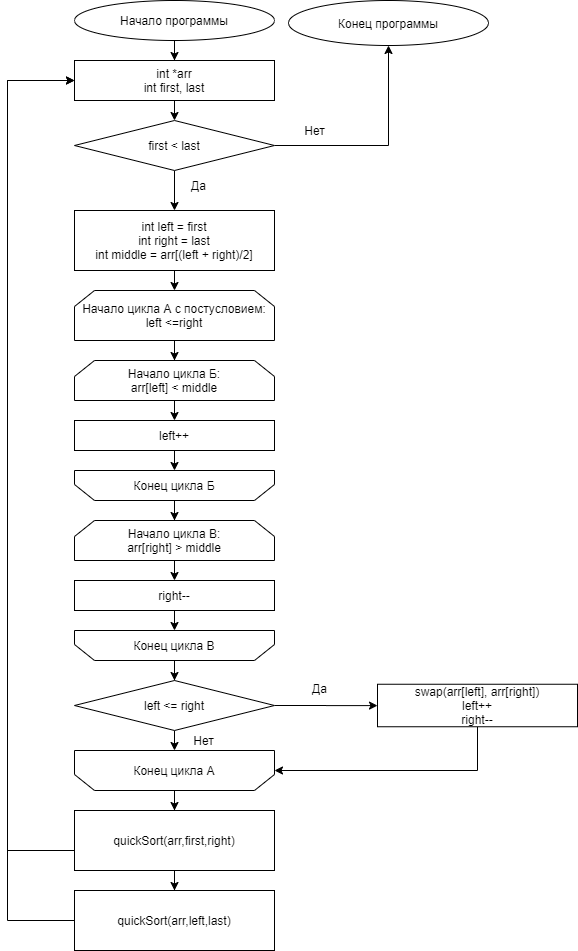
Above: graph_flata/quick_sort.png in Kobanoss/FLaTA (draw.io), before the change. Source tidied: cells renumbered, new cells last; positions are measured from the earlier drawing's top-left corner, leaving out a move shared by most shapes.
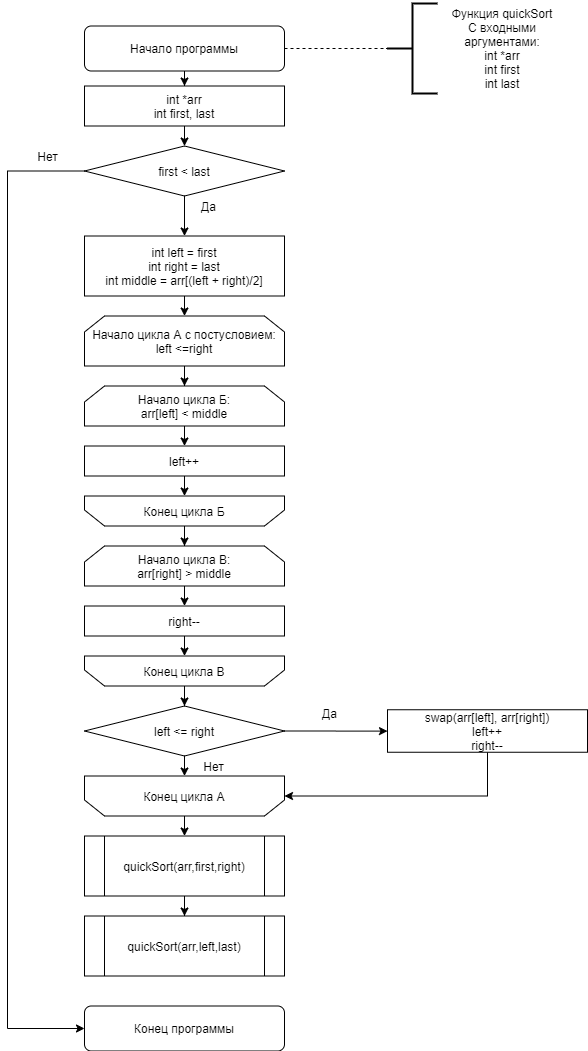
Above is the later version.

The edit, as a diff of the source:
```diff
@@ -2,29 +2,30 @@
   <root>
     <mxCell id="0" />
     <mxCell id="1" parent="0" />
-    <mxCell id="2" style="edgeStyle=orthogonalEdgeStyle;rounded=0;jettySize=auto;html=1;" parent="1" edge="1" source="3" target="13">
-      <mxGeometry relative="1" as="geometry" />
+    <mxCell id="2" style="edgeStyle=orthogonalEdgeStyle;rounded=0;jettySize=auto;html=1;" parent="1" edge="1" target="13">
+      <mxGeometry relative="1" as="geometry">
+        <mxPoint x="167" y="40" as="sourcePoint" />
+      </mxGeometry>
     </mxCell>
-    <mxCell id="3" value="Начало программы" style="ellipse;whiteSpace=wrap;html=1;" parent="1" vertex="1">
-      <mxGeometry x="67" width="200" height="40" as="geometry" />
-    </mxCell>
+    <mxCell id="5" style="edgeStyle=orthogonalEdgeStyle;rounded=0;jettySize=auto;html=1;" parent="1" edge="1" source="6" target="11">
+      <mxGeometry relative="1" as="geometry" />
+    </mxCell>
-    <mxCell id="4" style="edgeStyle=orthogonalEdgeStyle;rounded=0;jettySize=auto;html=1;" parent="1" edge="1" source="6" target="7">
-      <mxGeometry relative="1" as="geometry" />
+    <mxCell id="4" style="edgeStyle=orthogonalEdgeStyle;rounded=0;jettySize=auto;html=1;exitX=0;exitY=0.5;exitDx=0;exitDy=0;entryX=0;entryY=0.5;entryDx=0;entryDy=0;" parent="1" edge="1" source="6" target="7">
+      <mxGeometry relative="1" as="geometry">
+        <Array as="points">
+          <mxPoint x="-10" y="145" />
+          <mxPoint x="-10" y="1003" />
+        </Array>
+      </mxGeometry>
     </mxCell>
-    <mxCell id="5" style="edgeStyle=orthogonalEdgeStyle;rounded=0;jettySize=auto;html=1;" parent="1" edge="1" source="6" target="11">
-      <mxGeometry relative="1" as="geometry" />
-    </mxCell>
     <mxCell id="6" value="first &amp;lt; last" style="rhombus;whiteSpace=wrap;html=1;" parent="1" vertex="1">
       <mxGeometry x="67" y="120" width="200" height="50" as="geometry" />
     </mxCell>
-    <mxCell id="7" value="Конец программы" style="ellipse;whiteSpace=wrap;html=1;" parent="1" vertex="1">
-      <mxGeometry x="281" width="200" height="45" as="geometry" />
-    </mxCell>
     <mxCell id="8" value="Нет" style="text;html=1;align=center;verticalAlign=middle;" parent="1" vertex="1">
-      <mxGeometry x="287" y="120" width="40" height="20" as="geometry" />
+      <mxGeometry x="10" y="120" width="40" height="20" as="geometry" />
     </mxCell>
     <mxCell id="9" value="Да" style="text;html=1;align=center;verticalAlign=middle;" parent="1" vertex="1">
-      <mxGeometry x="176" y="175" width="30" height="20" as="geometry" />
+      <mxGeometry x="176" y="170" width="30" height="20" as="geometry" />
     </mxCell>
     <mxCell id="10" style="edgeStyle=orthogonalEdgeStyle;rounded=0;jettySize=auto;html=1;exitX=0.5;exitY=1;exitDx=0;exitDy=0;entryX=0.5;entryY=0;entryDx=0;entryDy=0;" parent="1" edge="1" source="11" target="15">
       <mxGeometry relative="1" as="geometry" />
@@ -95,7 +96,7 @@
     <mxCell id="32" value="swap(arr[left], arr[right])&lt;br&gt;left++&lt;br&gt;right--" style="whiteSpace=wrap;html=1;" parent="1" vertex="1">
       <mxGeometry x="370" y="683.8" width="200" height="42.5" as="geometry" />
     </mxCell>
-    <mxCell id="33" style="edgeStyle=orthogonalEdgeStyle;rounded=0;jettySize=auto;html=1;" parent="1" edge="1" source="34" target="39">
+    <mxCell id="33" style="edgeStyle=orthogonalEdgeStyle;rounded=0;jettySize=auto;html=1;exitX=0.5;exitY=0;exitDx=0;exitDy=0;entryX=0.5;entryY=0;entryDx=0;entryDy=0;" parent="1" edge="1" source="34" target="39">
       <mxGeometry relative="1" as="geometry" />
     </mxCell>
     <mxCell id="34" value="Конец цикла А" style="shape=loopLimit;whiteSpace=wrap;html=1;direction=west;" parent="1" vertex="1">
@@ -107,30 +108,31 @@
     <mxCell id="36" value="Да" style="text;html=1;align=center;verticalAlign=middle;" parent="1" vertex="1">
       <mxGeometry x="297" y="677.5" width="30" height="20" as="geometry" />
     </mxCell>
-    <mxCell id="37" style="edgeStyle=orthogonalEdgeStyle;rounded=0;jettySize=auto;html=1;exitX=0;exitY=0.5;exitDx=0;exitDy=0;entryX=0;entryY=0.5;entryDx=0;entryDy=0;" parent="1" edge="1" source="39" target="13">
-      <mxGeometry relative="1" as="geometry">
-        <Array as="points">
-          <mxPoint y="850" />
-          <mxPoint y="80" />
-        </Array>
-      </mxGeometry>
-    </mxCell>
+    <mxCell id="3" value="Начало программы" style="rounded=1;whiteSpace=wrap;html=1;" parent="1" vertex="1">
+      <mxGeometry x="67" width="200" height="45" as="geometry" />
+    </mxCell>
+    <mxCell id="7" value="Конец программы" style="rounded=1;whiteSpace=wrap;html=1;" parent="1" vertex="1">
+      <mxGeometry x="67" y="980" width="200" height="45" as="geometry" />
+    </mxCell>
     <mxCell id="38" style="edgeStyle=orthogonalEdgeStyle;rounded=0;jettySize=auto;html=1;" parent="1" edge="1" source="39" target="41">
       <mxGeometry relative="1" as="geometry" />
     </mxCell>
-    <mxCell id="39" value="quickSort(arr,first,right)&lt;br&gt;" style="whiteSpace=wrap;html=1;" parent="1" vertex="1">
+    <mxCell id="39" value="&lt;span&gt;quickSort(arr,first,right)&lt;/span&gt;" style="shape=process;whiteSpace=wrap;html=1;backgroundOutline=1;" parent="1" vertex="1">
       <mxGeometry x="67" y="810" width="200" height="60" as="geometry" />
     </mxCell>
-    <mxCell id="40" style="edgeStyle=orthogonalEdgeStyle;rounded=0;jettySize=auto;html=1;exitX=0;exitY=0.5;exitDx=0;exitDy=0;entryX=0;entryY=0.5;entryDx=0;entryDy=0;" parent="1" edge="1" source="41" target="13">
-      <mxGeometry relative="1" as="geometry">
-        <Array as="points">
-          <mxPoint y="920" />
-          <mxPoint y="80" />
-        </Array>
-      </mxGeometry>
-    </mxCell>
-    <mxCell id="41" value="&lt;span&gt;quickSort(arr,left,last)&lt;/span&gt;" style="whiteSpace=wrap;html=1;" parent="1" vertex="1">
+    <mxCell id="41" value="quickSort(arr,left,last)" style="shape=process;whiteSpace=wrap;html=1;backgroundOutline=1;" parent="1" vertex="1">
       <mxGeometry x="67" y="890" width="200" height="60" as="geometry" />
     </mxCell>
+    <mxCell id="42" style="strokeWidth=2;html=1;shape=mxgraph.flowchart.annotation_2;align=left;labelPosition=right;" parent="1" vertex="1">
+      <mxGeometry x="370" y="-22.5" width="50" height="90" as="geometry" />
+    </mxCell>
+    <mxCell id="43" value="Функция quickSort&lt;br&gt;С входными аргументами:&lt;br&gt;int *arr&lt;br&gt;int first&lt;br&gt;int last" style="text;html=1;strokeColor=none;fillColor=none;align=center;verticalAlign=middle;whiteSpace=wrap;rounded=0;" parent="1" vertex="1">
+      <mxGeometry x="420" y="-25" width="130" height="95" as="geometry" />
+    </mxCell>
+    <mxCell id="44" style="endArrow=none;dashed=1;html=1;entryX=0;entryY=0.5;entryDx=0;entryDy=0;entryPerimeter=0;" parent="1" edge="1" target="42">
+      <mxGeometry relative="1" as="geometry">
+        <mxPoint x="267" y="22.5" as="sourcePoint" />
+      </mxGeometry>
+    </mxCell>
   </root>
 </mxGraphModel>
```
